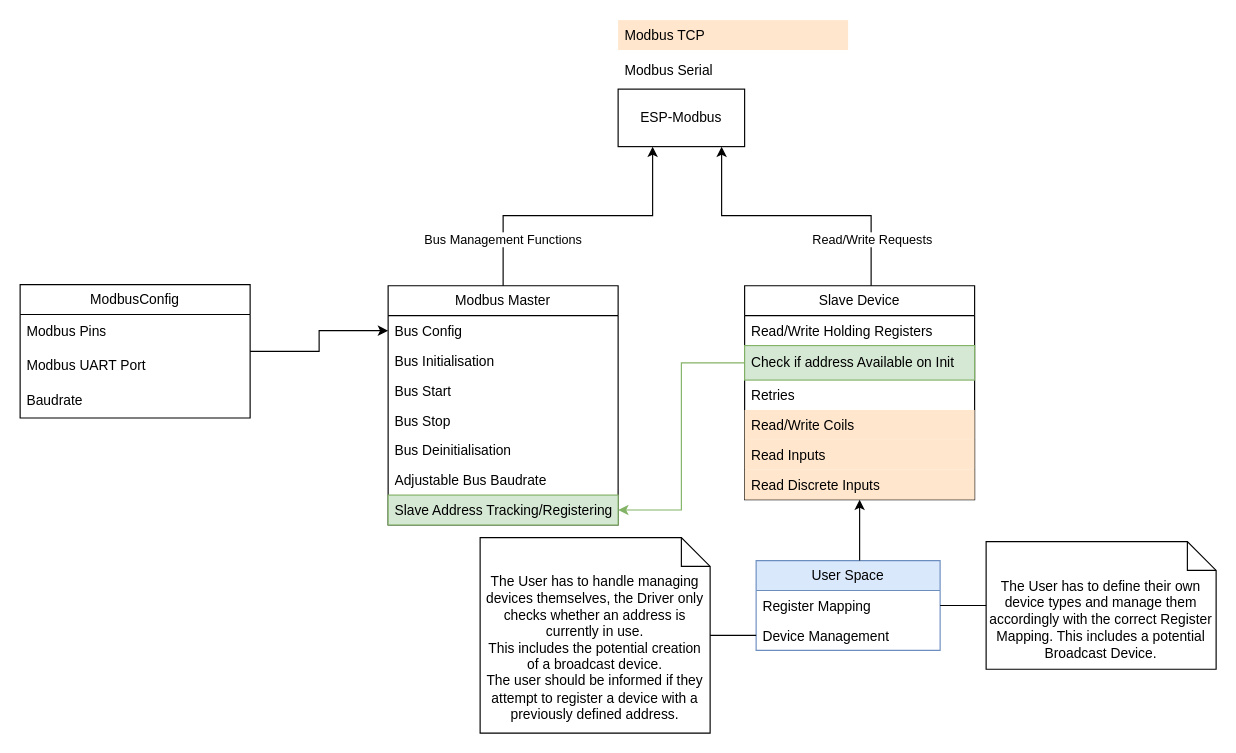
The draw.io diagram page "FunctionalUnits" (2 of 3) of docRaw/DynamicModbusLib.drawio in DomiMartinGlogi/DynamicModbusMaster, before the edit. Source tidied: cells renumbered, new cells numbered last; positions are measured from the earlier drawing's top-left corner, leaving out a move shared by most shapes. Both pictures are drawn from the tidied source at 115%, with x=0, y=0 at pixel (20, 20).
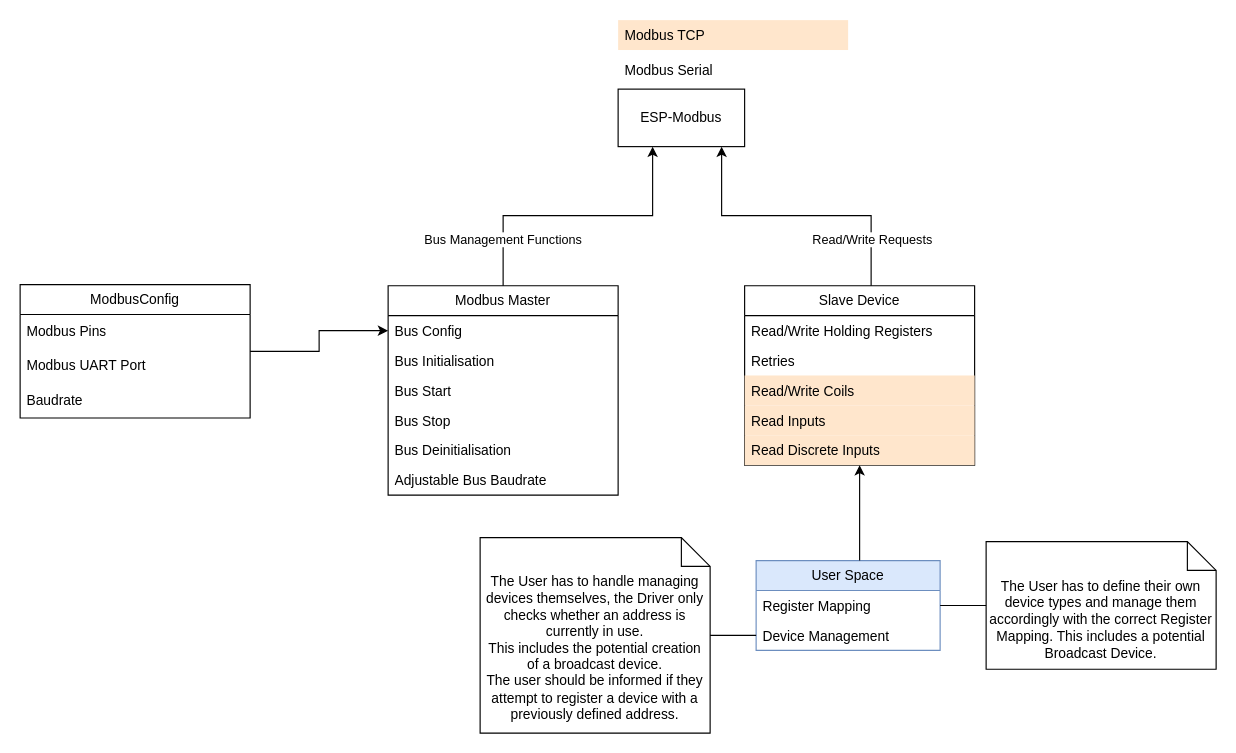
Above is the later version.

Diff of the diagram source:
```diff
@@
     <mxCell id="4" value="Modbus Master" style="swimlane;fontStyle=0;horizontal=1;startSize=26;fillColor=none;whiteSpace=wrap;html=1;" parent="1" vertex="1">
-      <mxGeometry x="320" y="231" width="200" height="208" as="geometry" />
+      <mxGeometry x="320" y="231" width="200" height="182" as="geometry" />
     </mxCell>
@@
-    <mxCell id="11" value="Slave Address Tracking/Registering" style="text;strokeColor=#82b366;fillColor=#d5e8d4;align=left;verticalAlign=top;spacingLeft=4;spacingRight=4;overflow=hidden;points=[[0,0.5],[1,0.5]];portConstraint=eastwest;whiteSpace=wrap;html=1;" parent="4" vertex="1">
-      <mxGeometry y="182" width="200" height="26" as="geometry" />
-    </mxCell>
@@
     <mxCell id="14" value="Slave Device" style="swimlane;fontStyle=0;horizontal=1;startSize=26;fillColor=none;whiteSpace=wrap;html=1;" parent="1" vertex="1">
-      <mxGeometry x="630" y="231" width="200" height="186" as="geometry" />
+      <mxGeometry x="630" y="231" width="200" height="156" as="geometry" />
     </mxCell>
@@
-    <mxCell id="16" value="Check if address Available on Init" style="text;strokeColor=#82b366;fillColor=#d5e8d4;align=left;verticalAlign=middle;spacingLeft=4;spacingRight=4;overflow=hidden;points=[[0,0.5],[1,0.5]];portConstraint=eastwest;whiteSpace=wrap;html=1;" parent="14" vertex="1">
-      <mxGeometry y="52" width="200" height="30" as="geometry" />
-    </mxCell>
     <mxCell id="17" value="Retries" style="text;strokeColor=none;fillColor=none;align=left;verticalAlign=top;spacingLeft=4;spacingRight=4;overflow=hidden;whiteSpace=wrap;html=1;" parent="14" vertex="1">
-      <mxGeometry y="82" width="200" height="26" as="geometry" />
+      <mxGeometry y="52" width="200" height="26" as="geometry" />
     </mxCell>
     <mxCell id="18" value="Read/Write Coils" style="text;strokeColor=none;fillColor=#ffe6cc;align=left;verticalAlign=top;spacingLeft=4;spacingRight=4;overflow=hidden;whiteSpace=wrap;html=1;strokeWidth=0;rounded=0;glass=0;" parent="14" vertex="1">
-      <mxGeometry y="108" width="200" height="26" as="geometry" />
+      <mxGeometry y="78" width="200" height="26" as="geometry" />
     </mxCell>
     <mxCell id="19" value="Read Inputs" style="text;strokeColor=none;fillColor=#ffe6cc;align=left;verticalAlign=top;spacingLeft=4;spacingRight=4;overflow=hidden;whiteSpace=wrap;html=1;" parent="14" vertex="1">
-      <mxGeometry y="134" width="200" height="26" as="geometry" />
+      <mxGeometry y="104" width="200" height="26" as="geometry" />
     </mxCell>
     <mxCell id="20" value="Read Discrete Inputs" style="text;strokeColor=none;fillColor=#ffe6cc;align=left;verticalAlign=top;spacingLeft=4;spacingRight=4;overflow=hidden;whiteSpace=wrap;html=1;" parent="14" vertex="1">
-      <mxGeometry y="160" width="200" height="26" as="geometry" />
+      <mxGeometry y="130" width="200" height="26" as="geometry" />
     </mxCell>
@@
-    <mxCell id="26" style="edgeStyle=orthogonalEdgeStyle;rounded=0;jettySize=auto;html=1;fillColor=#d5e8d4;strokeColor=#82b366;" parent="1" edge="1" source="16" target="11">
-      <mxGeometry relative="1" as="geometry" />
-    </mxCell>
```
